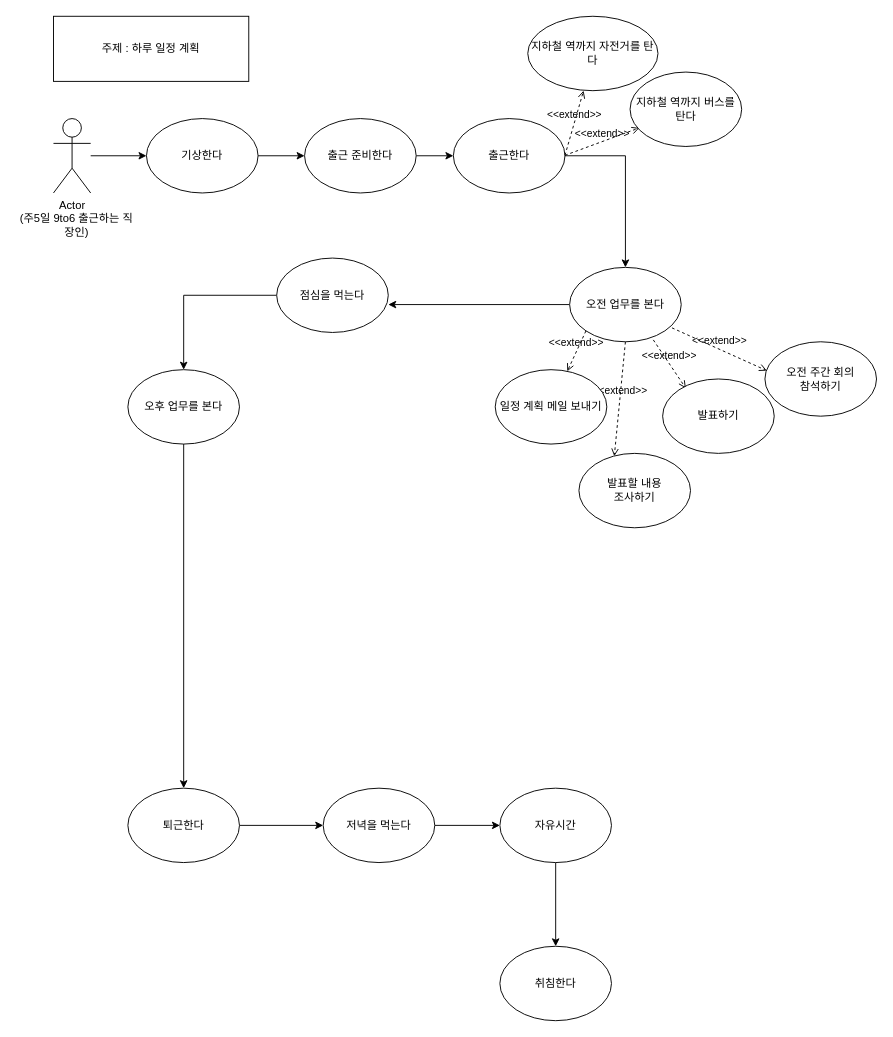
Above: 하루 일과 계획 유스케이스.drawio in doit0/usecase-diagram (draw.io), before the change. Source tidied: cells renumbered, new cells numbered last; positions are measured from the earlier drawing's top-left corner, leaving out a move shared by most shapes. Both pictures are drawn from the tidied source at 93%, with x=0, y=0 at pixel (16, 16).
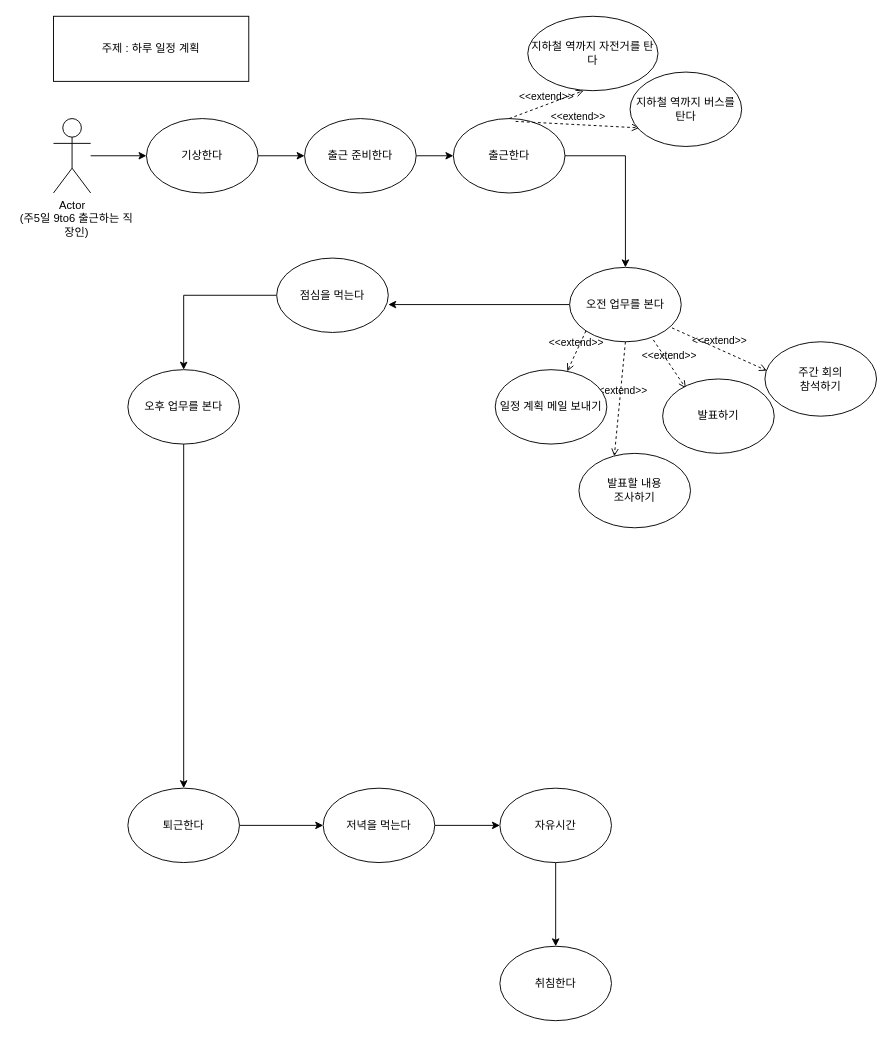
After the change.

Commit message:
하루 일과 계획 유스케이스.drawio 업데이트

The change refers to these unchanged cells:
```xml
<mxCell id="7" value="출근한다" style="ellipse;whiteSpace=wrap;html=1;" parent="1" vertex="1">
  <mxGeometry x="470" y="110" width="120" height="80" as="geometry" />
</mxCell>
```

The edit, as a diff of the source:
```diff
@@
-    <mxCell id="25" value="&amp;lt;&amp;lt;extend&amp;gt;&amp;gt;" style="html=1;verticalAlign=bottom;labelBackgroundColor=none;endArrow=open;endFill=0;dashed=1;rounded=0;" parent="1" edge="1">
+    <mxCell id="25" value="&amp;lt;&amp;lt;extend&amp;gt;&amp;gt;" style="html=1;verticalAlign=bottom;labelBackgroundColor=none;endArrow=open;endFill=0;dashed=1;rounded=0;exitX=0.558;exitY=0.038;exitDx=0;exitDy=0;exitPerimeter=0;" parent="1" edge="1" source="7">
       <mxGeometry relative="1" as="geometry">
-        <mxPoint x="590" y="149.5" as="sourcePoint" />
         <mxPoint x="670" y="120" as="targetPoint" />
       </mxGeometry>
     </mxCell>
-    <mxCell id="26" value="&amp;lt;&amp;lt;extend&amp;gt;&amp;gt;" style="html=1;verticalAlign=bottom;labelBackgroundColor=none;endArrow=open;endFill=0;dashed=1;rounded=0;" parent="1" edge="1">
+    <mxCell id="26" value="&amp;lt;&amp;lt;extend&amp;gt;&amp;gt;" style="html=1;verticalAlign=bottom;labelBackgroundColor=none;endArrow=open;endFill=0;dashed=1;rounded=0;exitX=0.5;exitY=0;exitDx=0;exitDy=0;" parent="1" edge="1" source="7">
       <mxGeometry relative="1" as="geometry">
-        <mxPoint x="590" y="149.5" as="sourcePoint" />
         <mxPoint x="610" y="80" as="targetPoint" />
       </mxGeometry>
     </mxCell>
@@
-    <mxCell id="36" value="오전 주간 회의 &lt;br&gt;참석하기" style="ellipse;whiteSpace=wrap;html=1;" parent="1" vertex="1">
+    <mxCell id="36" value="주간 회의 &lt;br&gt;참석하기" style="ellipse;whiteSpace=wrap;html=1;" parent="1" vertex="1">
       <mxGeometry x="805" y="350" width="120" height="80" as="geometry" />
     </mxCell>
```
